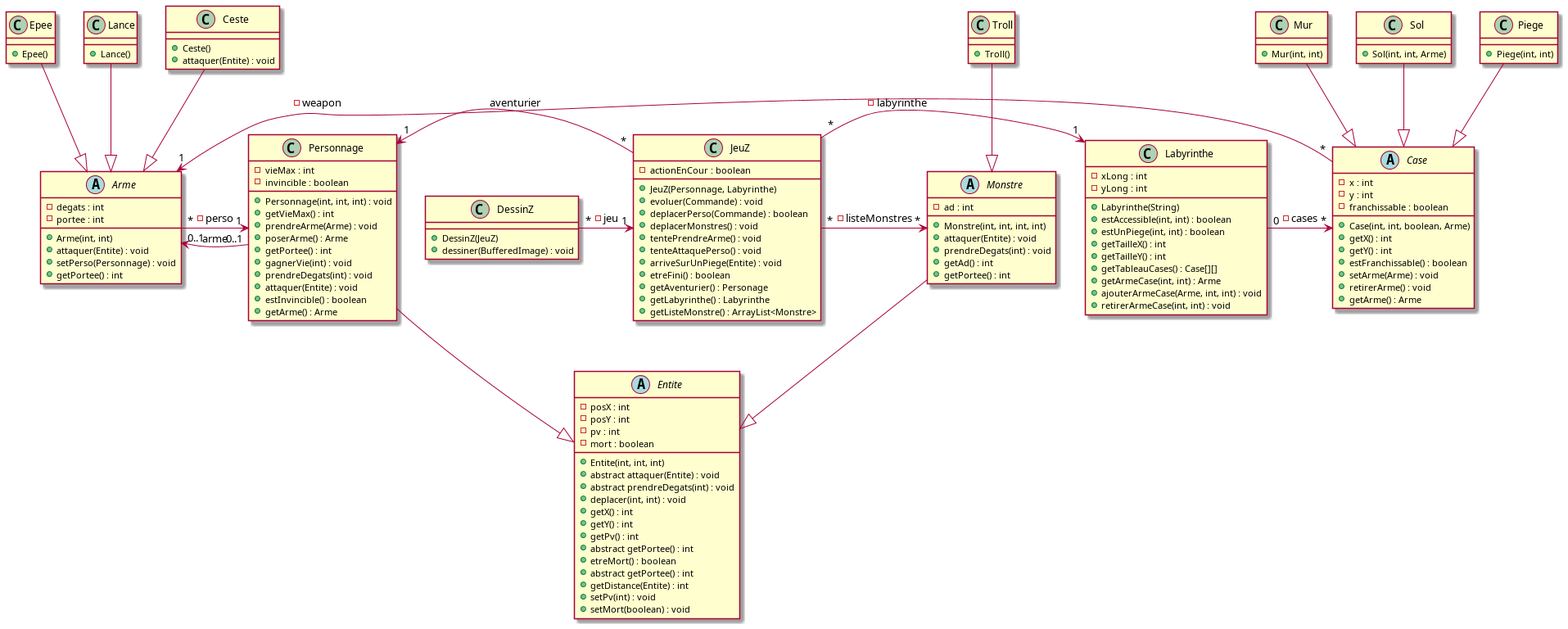
Before: documents/version_6/umlClasses.png, a diagram exported from PlantUML (Alex-Michelet/2021_COO_Zeldiablo_Cordurie_Sacquard_Michelet_Kone_Becker).
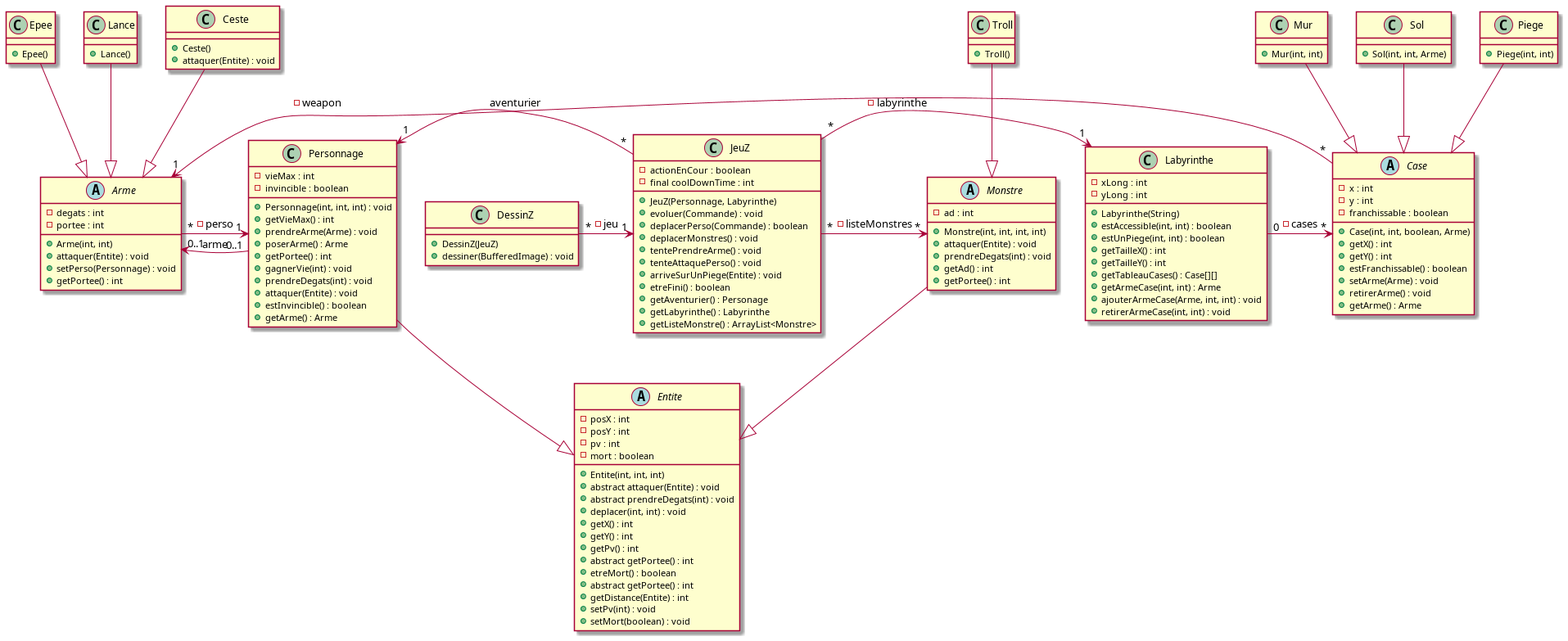
After the commit.

Commit message:
Ajout attribut final JeuZ

The edit, as a diff of the source:
```diff
@@ -9,6 +9,7 @@
 
 class JeuZ{
 - actionEnCour : boolean
+- final coolDownTime : int
 + JeuZ(Personnage, Labyrinthe)
 + evoluer(Commande) : void
 + deplacerPerso(Commande) : boolean
```
